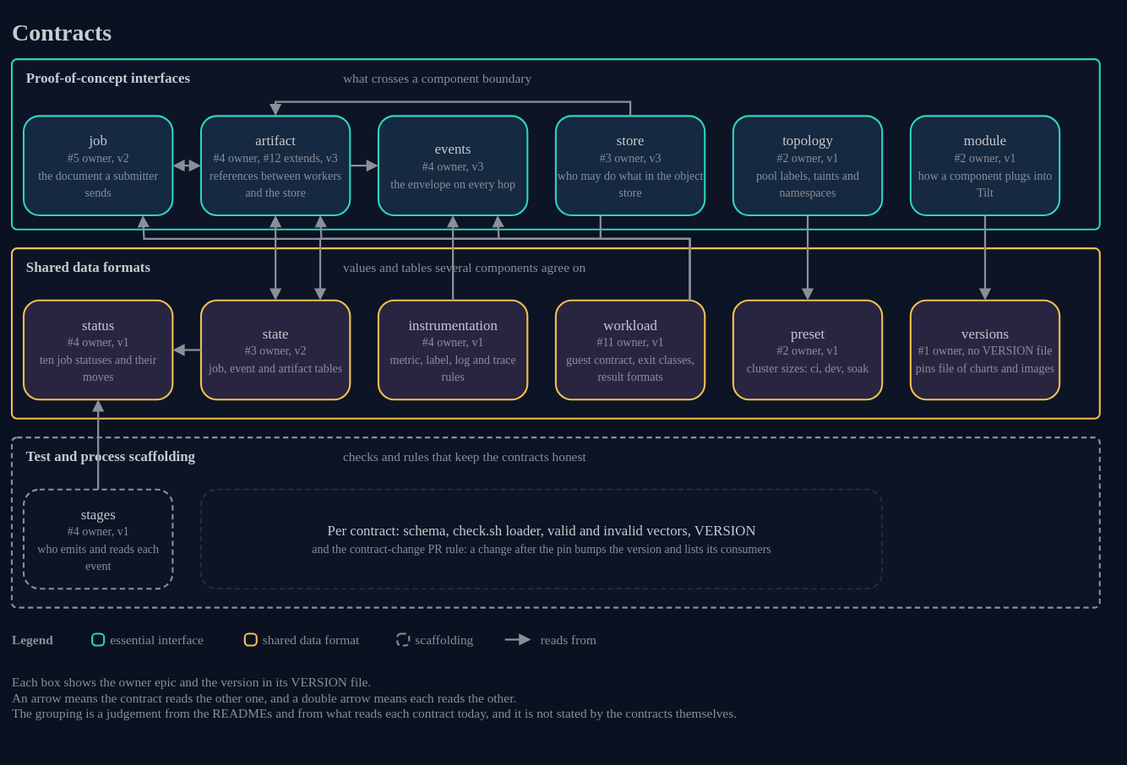
AndoNorth/wasm-dag-forge keeps this draw.io diagram as docs/architecture/15-contracts.drawio.svg. Above is the earlier version. Source tidied: cells renumbered, new cells last; positions are measured from the earlier drawing's top-left corner, leaving out a move shared by most shapes.
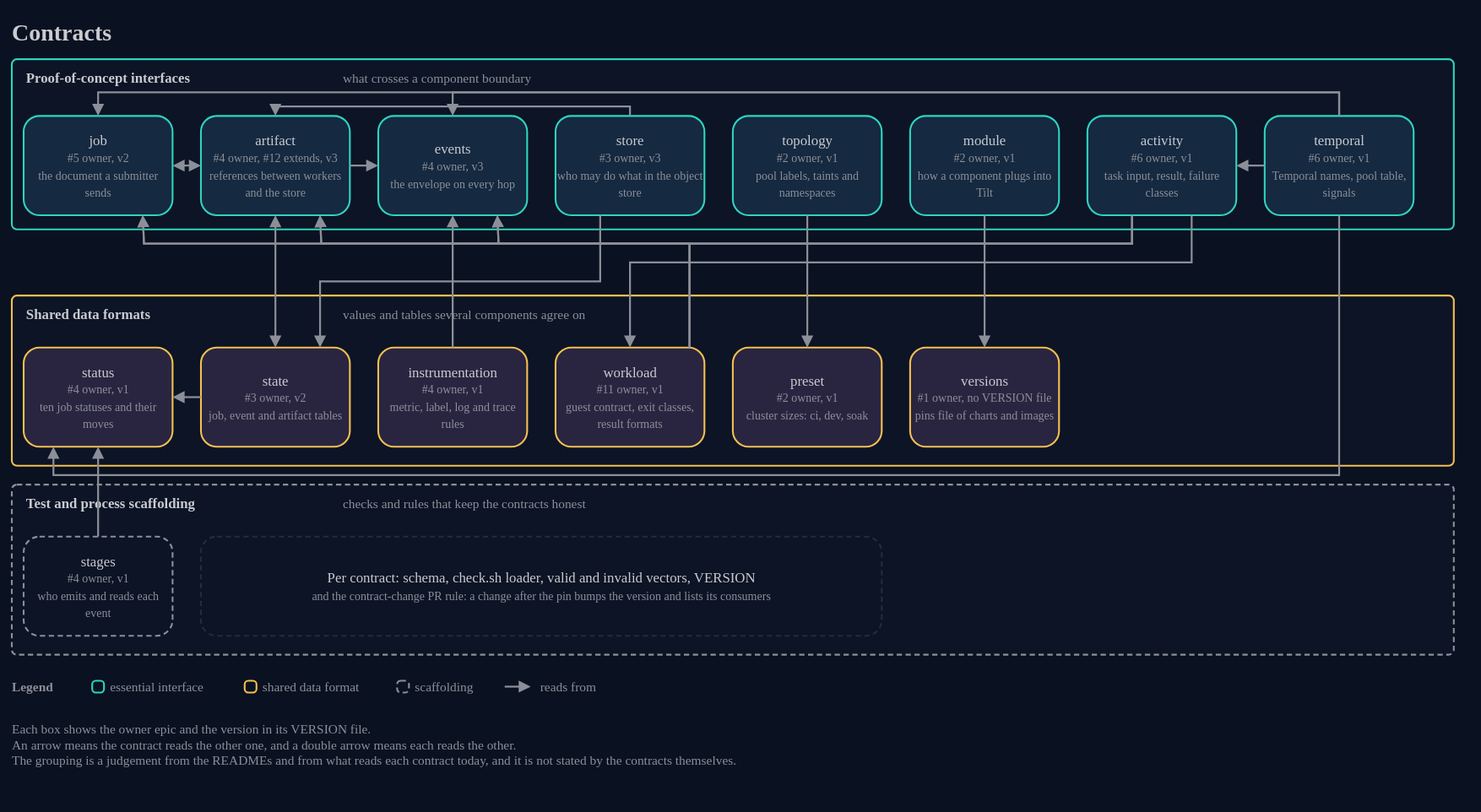
Above is the later version.

Change to the diagram source:
```diff
@@ -3,19 +3,19 @@
     <mxCell id="0" />
     <mxCell id="1" parent="0" />
     <mxCell id="2" value="Contracts" style="text;html=1;strokeColor=none;fillColor=none;align=left;verticalAlign=middle;whiteSpace=nowrap;fontColor=#c9cbd0;fontSize=20;fontStyle=1;fontFamily=IBM Plex Sans;spacing=0;" parent="1" vertex="1">
-      <mxGeometry width="920" height="32" as="geometry" />
+      <mxGeometry y="-40" width="1220" height="32" as="geometry" />
     </mxCell>
     <mxCell id="3" style="rounded=1;arcSize=3;html=1;whiteSpace=wrap;fillColor=#0c1425;strokeColor=#2fd4bf;strokeWidth=1.5;fontColor=#c9cbd0;fontSize=12;fontFamily=IBM Plex Sans;verticalAlign=top;align=left;" parent="1" vertex="1">
-      <mxGeometry y="40" width="920" height="144" as="geometry" />
+      <mxGeometry width="1220" height="144" as="geometry" />
     </mxCell>
     <mxCell id="4" value="Proof-of-concept interfaces" style="text;html=1;strokeColor=none;fillColor=none;align=left;verticalAlign=middle;whiteSpace=nowrap;fontColor=#c9cbd0;fontSize=12;fontStyle=1;fontFamily=IBM Plex Sans;spacing=0;" parent="1" vertex="1">
-      <mxGeometry x="12" y="46" width="500" height="20" as="geometry" />
+      <mxGeometry x="12" y="6" width="500" height="20" as="geometry" />
     </mxCell>
     <mxCell id="5" value="what crosses a component boundary" style="text;html=1;strokeColor=none;fillColor=none;align=left;verticalAlign=middle;whiteSpace=nowrap;fontColor=#8c8f98;fontSize=11;fontFamily=IBM Plex Sans;spacing=0;" parent="1" vertex="1">
-      <mxGeometry x="280" y="46" width="400" height="20" as="geometry" />
+      <mxGeometry x="280" y="6" width="400" height="20" as="geometry" />
     </mxCell>
     <mxCell id="6" style="rounded=1;arcSize=3;html=1;whiteSpace=wrap;fillColor=#0c1425;strokeColor=#f4bf51;strokeWidth=1.5;fontColor=#c9cbd0;fontSize=12;fontFamily=IBM Plex Sans;verticalAlign=top;align=left;" parent="1" vertex="1">
-      <mxGeometry y="200" width="920" height="144" as="geometry" />
+      <mxGeometry y="200" width="1220" height="144" as="geometry" />
     </mxCell>
     <mxCell id="7" value="Shared data formats" style="text;html=1;strokeColor=none;fillColor=none;align=left;verticalAlign=middle;whiteSpace=nowrap;fontColor=#c9cbd0;fontSize=12;fontStyle=1;fontFamily=IBM Plex Sans;spacing=0;" parent="1" vertex="1">
       <mxGeometry x="12" y="206" width="260" height="20" as="geometry" />
@@ -24,7 +24,7 @@
       <mxGeometry x="280" y="206" width="500" height="20" as="geometry" />
     </mxCell>
     <mxCell id="9" style="rounded=1;arcSize=3;html=1;whiteSpace=wrap;fillColor=#0c1425;strokeColor=#8c8f98;strokeWidth=1.5;dashed=1;dashPattern=3 2;fontColor=#c9cbd0;fontSize=12;fontFamily=IBM Plex Sans;verticalAlign=top;align=left;" parent="1" vertex="1">
-      <mxGeometry y="360" width="920" height="144" as="geometry" />
+      <mxGeometry y="360" width="1220" height="144" as="geometry" />
     </mxCell>
     <mxCell id="10" value="Test and process scaffolding" style="text;html=1;strokeColor=none;fillColor=none;align=left;verticalAlign=middle;whiteSpace=nowrap;fontColor=#c9cbd0;fontSize=12;fontStyle=1;fontFamily=IBM Plex Sans;spacing=0;" parent="1" vertex="1">
       <mxGeometry x="12" y="366" width="260" height="20" as="geometry" />
@@ -33,22 +33,28 @@
       <mxGeometry x="280" y="366" width="500" height="20" as="geometry" />
     </mxCell>
     <mxCell id="12" value="job&lt;br&gt;&lt;font color=&quot;#8c8f98&quot; style=&quot;font-size:10px&quot;&gt;#5 owner, v2&lt;br&gt;the document a submitter sends&lt;/font&gt;" style="rounded=1;arcSize=16;html=1;whiteSpace=wrap;fillColor=#152940;strokeColor=#2fd4bf;strokeWidth=1.5;fontColor=#c9cbd0;fontSize=12;fontFamily=IBM Plex Sans;align=center;verticalAlign=middle;" parent="1" vertex="1">
-      <mxGeometry x="10" y="88" width="126" height="84" as="geometry" />
+      <mxGeometry x="10" y="48" width="126" height="84" as="geometry" />
     </mxCell>
+    <mxCell id="49" value="activity&lt;br&gt;&lt;font color=&quot;#8c8f98&quot; style=&quot;font-size:10px&quot;&gt;#6 owner, v1&lt;br&gt;task input, result, failure classes&lt;/font&gt;" style="rounded=1;arcSize=16;html=1;whiteSpace=wrap;fillColor=#152940;strokeColor=#2fd4bf;strokeWidth=1.5;fontColor=#c9cbd0;fontSize=12;fontFamily=IBM Plex Sans;align=center;verticalAlign=middle;" parent="1" vertex="1">
+      <mxGeometry x="910" y="48" width="126" height="84" as="geometry" />
+    </mxCell>
+    <mxCell id="50" value="temporal&lt;br&gt;&lt;font color=&quot;#8c8f98&quot; style=&quot;font-size:10px&quot;&gt;#6 owner, v1&lt;br&gt;Temporal names, pool table, signals&lt;/font&gt;" style="rounded=1;arcSize=16;html=1;whiteSpace=wrap;fillColor=#152940;strokeColor=#2fd4bf;strokeWidth=1.5;fontColor=#c9cbd0;fontSize=12;fontFamily=IBM Plex Sans;align=center;verticalAlign=middle;" parent="1" vertex="1">
+      <mxGeometry x="1060" y="48" width="126" height="84" as="geometry" />
+    </mxCell>
     <mxCell id="13" value="artifact&lt;br&gt;&lt;font color=&quot;#8c8f98&quot; style=&quot;font-size:10px&quot;&gt;#4 owner, #12 extends, v3&lt;br&gt;references between workers and the store&lt;/font&gt;" style="rounded=1;arcSize=16;html=1;whiteSpace=wrap;fillColor=#152940;strokeColor=#2fd4bf;strokeWidth=1.5;fontColor=#c9cbd0;fontSize=12;fontFamily=IBM Plex Sans;align=center;verticalAlign=middle;" parent="1" vertex="1">
-      <mxGeometry x="160" y="88" width="126" height="84" as="geometry" />
+      <mxGeometry x="160" y="48" width="126" height="84" as="geometry" />
     </mxCell>
     <mxCell id="14" value="events&lt;br&gt;&lt;font color=&quot;#8c8f98&quot; style=&quot;font-size:10px&quot;&gt;#4 owner, v3&lt;br&gt;the envelope on every hop&lt;/font&gt;" style="rounded=1;arcSize=16;html=1;whiteSpace=wrap;fillColor=#152940;strokeColor=#2fd4bf;strokeWidth=1.5;fontColor=#c9cbd0;fontSize=12;fontFamily=IBM Plex Sans;align=center;verticalAlign=middle;" parent="1" vertex="1">
-      <mxGeometry x="310" y="88" width="126" height="84" as="geometry" />
+      <mxGeometry x="310" y="48" width="126" height="84" as="geometry" />
     </mxCell>
     <mxCell id="15" value="store&lt;br&gt;&lt;font color=&quot;#8c8f98&quot; style=&quot;font-size:10px&quot;&gt;#3 owner, v3&lt;br&gt;who may do what in the object store&lt;/font&gt;" style="rounded=1;arcSize=16;html=1;whiteSpace=wrap;fillColor=#152940;strokeColor=#2fd4bf;strokeWidth=1.5;fontColor=#c9cbd0;fontSize=12;fontFamily=IBM Plex Sans;align=center;verticalAlign=middle;" parent="1" vertex="1">
-      <mxGeometry x="460" y="88" width="126" height="84" as="geometry" />
+      <mxGeometry x="460" y="48" width="126" height="84" as="geometry" />
     </mxCell>
     <mxCell id="16" value="topology&lt;br&gt;&lt;font color=&quot;#8c8f98&quot; style=&quot;font-size:10px&quot;&gt;#2 owner, v1&lt;br&gt;pool labels, taints and namespaces&lt;/font&gt;" style="rounded=1;arcSize=16;html=1;whiteSpace=wrap;fillColor=#152940;strokeColor=#2fd4bf;strokeWidth=1.5;fontColor=#c9cbd0;fontSize=12;fontFamily=IBM Plex Sans;align=center;verticalAlign=middle;" parent="1" vertex="1">
-      <mxGeometry x="610" y="88" width="126" height="84" as="geometry" />
+      <mxGeometry x="610" y="48" width="126" height="84" as="geometry" />
     </mxCell>
     <mxCell id="17" value="module&lt;br&gt;&lt;font color=&quot;#8c8f98&quot; style=&quot;font-size:10px&quot;&gt;#2 owner, v1&lt;br&gt;how a component plugs into Tilt&lt;/font&gt;" style="rounded=1;arcSize=16;html=1;whiteSpace=wrap;fillColor=#152940;strokeColor=#2fd4bf;strokeWidth=1.5;fontColor=#c9cbd0;fontSize=12;fontFamily=IBM Plex Sans;align=center;verticalAlign=middle;" parent="1" vertex="1">
-      <mxGeometry x="760" y="88" width="126" height="84" as="geometry" />
+      <mxGeometry x="760" y="48" width="126" height="84" as="geometry" />
     </mxCell>
     <mxCell id="18" value="status&lt;br&gt;&lt;font color=&quot;#8c8f98&quot; style=&quot;font-size:10px&quot;&gt;#4 owner, v1&lt;br&gt;ten job statuses and their moves&lt;/font&gt;" style="rounded=1;arcSize=16;html=1;whiteSpace=wrap;fillColor=#292541;strokeColor=#f4bf51;strokeWidth=1.5;fontColor=#c9cbd0;fontSize=12;fontFamily=IBM Plex Sans;align=center;verticalAlign=middle;" parent="1" vertex="1">
       <mxGeometry x="10" y="244" width="126" height="84" as="geometry" />
@@ -77,27 +83,86 @@
     <mxCell id="26" style="endArrow=block;endFill=1;startArrow=none;startFill=1;html=1;rounded=0;strokeColor=#8c8f98;strokeWidth=1.6;exitX=0.9;exitY=0;exitDx=0;exitDy=0;entryX=0.8;entryY=1;entryDx=0;entryDy=0;" parent="1" edge="1" source="25" target="14">
       <mxGeometry relative="1" as="geometry">
         <Array as="points">
-          <mxPoint x="573.4" y="192" />
-          <mxPoint x="411.8" y="192" />
+          <mxPoint x="573.4" y="156" />
+          <mxPoint x="411.8" y="156" />
         </Array>
       </mxGeometry>
     </mxCell>
     <mxCell id="27" style="endArrow=block;endFill=1;startArrow=none;startFill=1;html=1;rounded=0;strokeColor=#8c8f98;strokeWidth=1.6;exitX=0.9;exitY=0;exitDx=0;exitDy=0;entryX=0.8;entryY=1;entryDx=0;entryDy=0;" parent="1" edge="1" source="25" target="13">
       <mxGeometry relative="1" as="geometry">
         <Array as="points">
-          <mxPoint x="573.4" y="192" />
-          <mxPoint x="261.8" y="192" />
+          <mxPoint x="573.4" y="156" />
+          <mxPoint x="261.8" y="156" />
         </Array>
       </mxGeometry>
     </mxCell>
     <mxCell id="28" style="endArrow=block;endFill=1;startArrow=none;startFill=1;html=1;rounded=0;strokeColor=#8c8f98;strokeWidth=1.6;exitX=0.9;exitY=0;exitDx=0;exitDy=0;entryX=0.8;entryY=1;entryDx=0;entryDy=0;" parent="1" edge="1" source="25" target="12">
       <mxGeometry relative="1" as="geometry">
         <Array as="points">
-          <mxPoint x="573.4" y="192" />
-          <mxPoint x="111.8" y="192" />
+          <mxPoint x="573.4" y="156" />
+          <mxPoint x="111.8" y="156" />
         </Array>
       </mxGeometry>
     </mxCell>
+    <mxCell id="51" style="endArrow=block;endFill=1;startArrow=none;startFill=1;html=1;rounded=0;strokeColor=#8c8f98;strokeWidth=1.6;exitX=0.3;exitY=1;exitDx=0;exitDy=0;entryX=0.8;entryY=1;entryDx=0;entryDy=0;" parent="1" edge="1" source="49" target="14">
+      <mxGeometry relative="1" as="geometry">
+        <Array as="points">
+          <mxPoint x="947.8" y="156" />
+          <mxPoint x="411.8" y="156" />
+        </Array>
+      </mxGeometry>
+    </mxCell>
+    <mxCell id="52" style="endArrow=block;endFill=1;startArrow=none;startFill=1;html=1;rounded=0;strokeColor=#8c8f98;strokeWidth=1.6;exitX=0.3;exitY=1;exitDx=0;exitDy=0;entryX=0.8;entryY=1;entryDx=0;entryDy=0;" parent="1" edge="1" source="49" target="13">
+      <mxGeometry relative="1" as="geometry">
+        <Array as="points">
+          <mxPoint x="947.8" y="156" />
+          <mxPoint x="261.8" y="156" />
+        </Array>
+      </mxGeometry>
+    </mxCell>
+    <mxCell id="53" style="endArrow=block;endFill=1;startArrow=none;startFill=1;html=1;rounded=0;strokeColor=#8c8f98;strokeWidth=1.6;exitX=0.3;exitY=1;exitDx=0;exitDy=0;entryX=0.8;entryY=1;entryDx=0;entryDy=0;" parent="1" edge="1" source="49" target="12">
+      <mxGeometry relative="1" as="geometry">
+        <Array as="points">
+          <mxPoint x="947.8" y="156" />
+          <mxPoint x="111.8" y="156" />
+        </Array>
+      </mxGeometry>
+    </mxCell>
+    <mxCell id="54" style="endArrow=block;endFill=1;startArrow=none;startFill=1;html=1;rounded=0;strokeColor=#8c8f98;strokeWidth=1.6;exitX=0.7;exitY=1;exitDx=0;exitDy=0;entryX=0.5;entryY=0;entryDx=0;entryDy=0;" parent="1" edge="1" source="49" target="25">
+      <mxGeometry relative="1" as="geometry">
+        <Array as="points">
+          <mxPoint x="998.2" y="172" />
+          <mxPoint x="523" y="172" />
+        </Array>
+      </mxGeometry>
+    </mxCell>
+    <mxCell id="55" style="endArrow=block;endFill=1;startArrow=none;startFill=1;html=1;rounded=0;strokeColor=#8c8f98;strokeWidth=1.6;exitX=0;exitY=0.5;exitDx=0;exitDy=0;entryX=1;entryY=0.5;entryDx=0;entryDy=0;" parent="1" edge="1" source="50" target="49">
+      <mxGeometry relative="1" as="geometry" />
+    </mxCell>
+    <mxCell id="56" style="endArrow=block;endFill=1;startArrow=none;startFill=1;html=1;rounded=0;strokeColor=#8c8f98;strokeWidth=1.6;exitX=0.5;exitY=0;exitDx=0;exitDy=0;entryX=0.5;entryY=0;entryDx=0;entryDy=0;" parent="1" edge="1" source="50" target="12">
+      <mxGeometry relative="1" as="geometry">
+        <Array as="points">
+          <mxPoint x="1123" y="28" />
+          <mxPoint x="73" y="28" />
+        </Array>
+      </mxGeometry>
+    </mxCell>
+    <mxCell id="57" style="endArrow=block;endFill=1;startArrow=none;startFill=1;html=1;rounded=0;strokeColor=#8c8f98;strokeWidth=1.6;exitX=0.5;exitY=0;exitDx=0;exitDy=0;entryX=0.5;entryY=0;entryDx=0;entryDy=0;" parent="1" edge="1" source="50" target="14">
+      <mxGeometry relative="1" as="geometry">
+        <Array as="points">
+          <mxPoint x="1123" y="28" />
+          <mxPoint x="373" y="28" />
+        </Array>
+      </mxGeometry>
+    </mxCell>
+    <mxCell id="58" style="endArrow=block;endFill=1;startArrow=none;startFill=1;html=1;rounded=0;strokeColor=#8c8f98;strokeWidth=1.6;exitX=0.5;exitY=1;exitDx=0;exitDy=0;entryX=0.2;entryY=1;entryDx=0;entryDy=0;" parent="1" edge="1" source="50" target="18">
+      <mxGeometry relative="1" as="geometry">
+        <Array as="points">
+          <mxPoint x="1123" y="352" />
+          <mxPoint x="35.2" y="352" />
+        </Array>
+      </mxGeometry>
+    </mxCell>
     <mxCell id="29" style="endArrow=block;endFill=1;startArrow=none;startFill=1;html=1;rounded=0;strokeColor=#8c8f98;strokeWidth=1.6;exitX=1;exitY=0.5;exitDx=0;exitDy=0;entryX=0;entryY=0.5;entryDx=0;entryDy=0;" parent="1" edge="1" source="13" target="14">
       <mxGeometry relative="1" as="geometry" />
     </mxCell>
@@ -107,8 +172,8 @@
     <mxCell id="31" style="endArrow=block;endFill=1;startArrow=none;startFill=1;html=1;rounded=0;strokeColor=#8c8f98;strokeWidth=1.6;exitX=0.5;exitY=0;exitDx=0;exitDy=0;entryX=0.5;entryY=0;entryDx=0;entryDy=0;" parent="1" edge="1" source="15" target="13">
       <mxGeometry relative="1" as="geometry">
         <Array as="points">
-          <mxPoint x="523" y="76" />
-          <mxPoint x="223" y="76" />
+          <mxPoint x="523" y="40" />
+          <mxPoint x="223" y="40" />
         </Array>
       </mxGeometry>
     </mxCell>
@@ -130,8 +195,8 @@
     <mxCell id="37" style="endArrow=block;endFill=1;startArrow=none;startFill=1;html=1;rounded=0;strokeColor=#8c8f98;strokeWidth=1.6;exitX=0.3;exitY=1;exitDx=0;exitDy=0;entryX=0.8;entryY=0;entryDx=0;entryDy=0;" parent="1" edge="1" source="15" target="19">
       <mxGeometry relative="1" as="geometry">
         <Array as="points">
-          <mxPoint x="497.8" y="192" />
-          <mxPoint x="260.8" y="192" />
+          <mxPoint x="497.8" y="188" />
+          <mxPoint x="260.8" y="188" />
         </Array>
       </mxGeometry>
     </mxCell>
@@ -169,7 +234,7 @@
       <mxGeometry x="447" y="522" width="70" height="18" as="geometry" />
     </mxCell>
     <mxCell id="48" value="Each box shows the owner epic and the version in its VERSION file.&lt;br&gt;An arrow means the contract reads the other one, and a double arrow means each reads the other.&lt;br&gt;The grouping is a judgement from the READMEs and from what reads each contract today, and it is not stated by the contracts themselves." style="text;html=1;strokeColor=none;fillColor=none;align=left;verticalAlign=top;whiteSpace=wrap;fontColor=#8c8f98;fontSize=11;fontFamily=IBM Plex Sans;spacing=0;" parent="1" vertex="1">
-      <mxGeometry y="556" width="920" height="60" as="geometry" />
+      <mxGeometry y="556" width="1220" height="60" as="geometry" />
     </mxCell>
   </root>
 </mxGraphModel>
```
